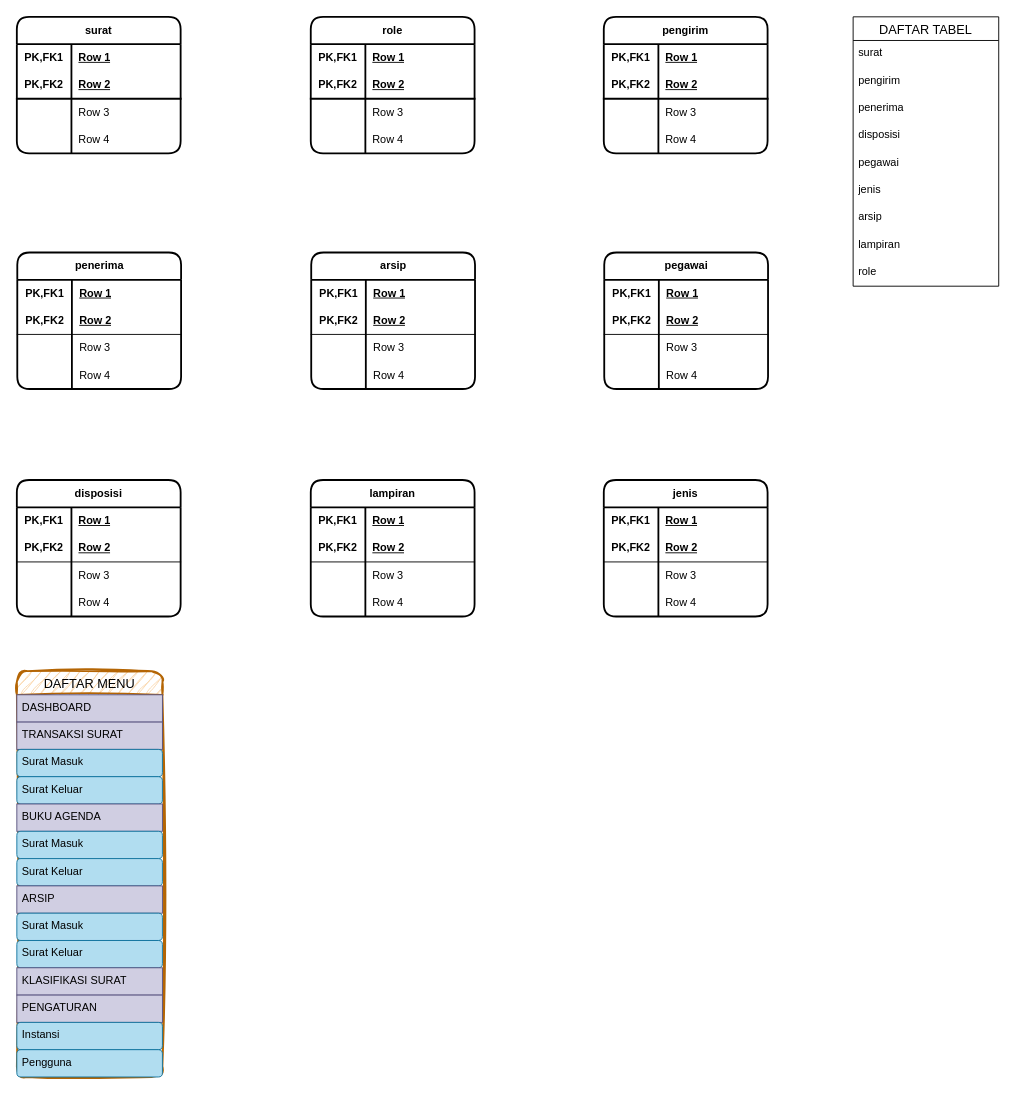
The draw.io diagram Diagram Tanpa Judul.drawio in ZulfikriYahya/zulfikriyahya.github.io, before the edit. Source tidied: cells renumbered, new cells numbered last; positions are measured from the earlier drawing's top-left corner, leaving out a move shared by most shapes. Both pictures are drawn from the tidied source at 91%, with x=0, y=0 at pixel (16, 16).
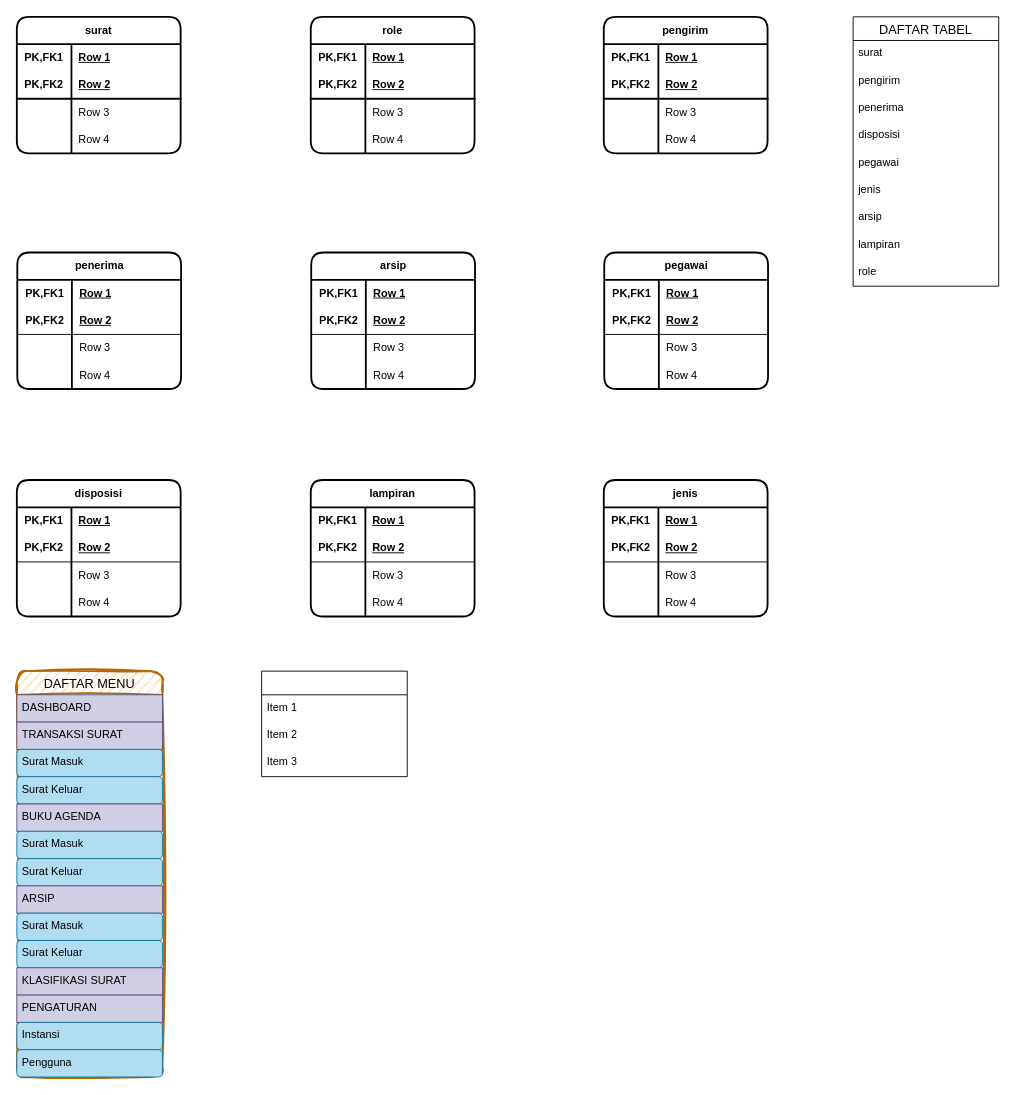
The same page after the edit.

Change to the diagram source:
```diff
@@
+    <mxCell id="144" style="swimlane;fontStyle=0;horizontal=1;startSize=26;align=center;fontSize=14;" parent="1" vertex="1">
+      <mxGeometry x="269" y="719" width="160" height="116" as="geometry" />
+    </mxCell>
+    <mxCell id="145" value="Item 1" style="text;strokeColor=none;fillColor=none;spacingLeft=4;spacingRight=4;overflow=hidden;fontSize=12;whiteSpace=wrap;html=1;" parent="144" vertex="1">
+      <mxGeometry y="26" width="160" height="30" as="geometry" />
+    </mxCell>
+    <mxCell id="146" value="Item 2" style="text;strokeColor=none;fillColor=none;spacingLeft=4;spacingRight=4;overflow=hidden;fontSize=12;whiteSpace=wrap;html=1;" parent="144" vertex="1">
+      <mxGeometry y="56" width="160" height="30" as="geometry" />
+    </mxCell>
+    <mxCell id="147" value="Item 3" style="text;strokeColor=none;fillColor=none;spacingLeft=4;spacingRight=4;overflow=hidden;fontSize=12;whiteSpace=wrap;html=1;" parent="144" vertex="1">
+      <mxGeometry y="86" width="160" height="30" as="geometry" />
+    </mxCell>
```
